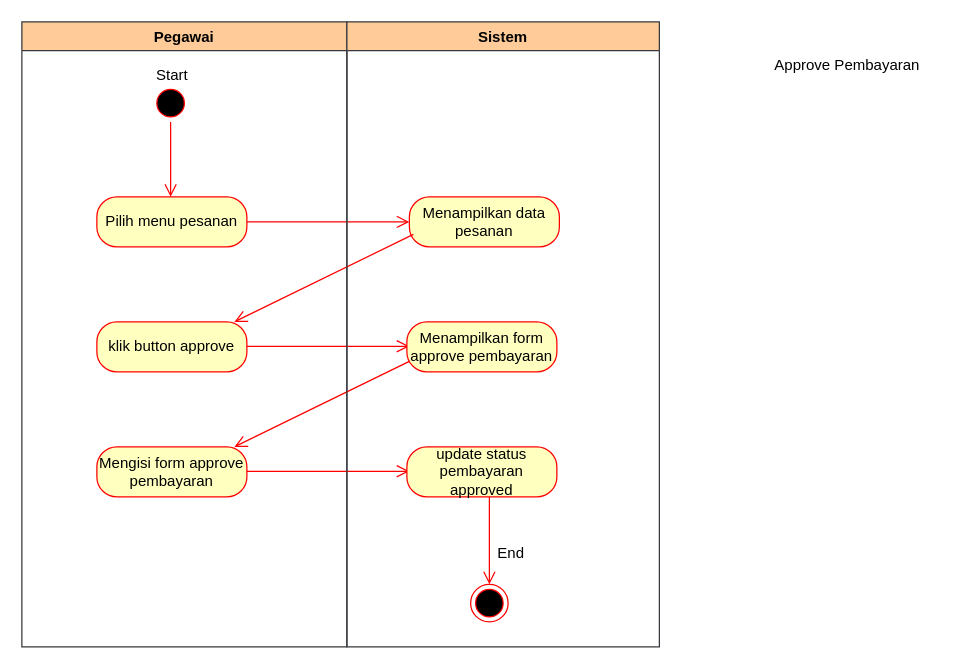
Maratussholikha11/TUGAS-AKHIR-MAR2 keeps this draw.io diagram as page "AD Konfirmasi pembayaran" (11 of 35) of Revisi 2/diagram/diagram.drawio. Above is the earlier version. Source tidied: cells renumbered, new cells numbered last; positions are measured from the earlier drawing's top-left corner, leaving out a move shared by most shapes. Both pictures are drawn from the tidied source at 125%, with x=0, y=0 at pixel (21, 21).
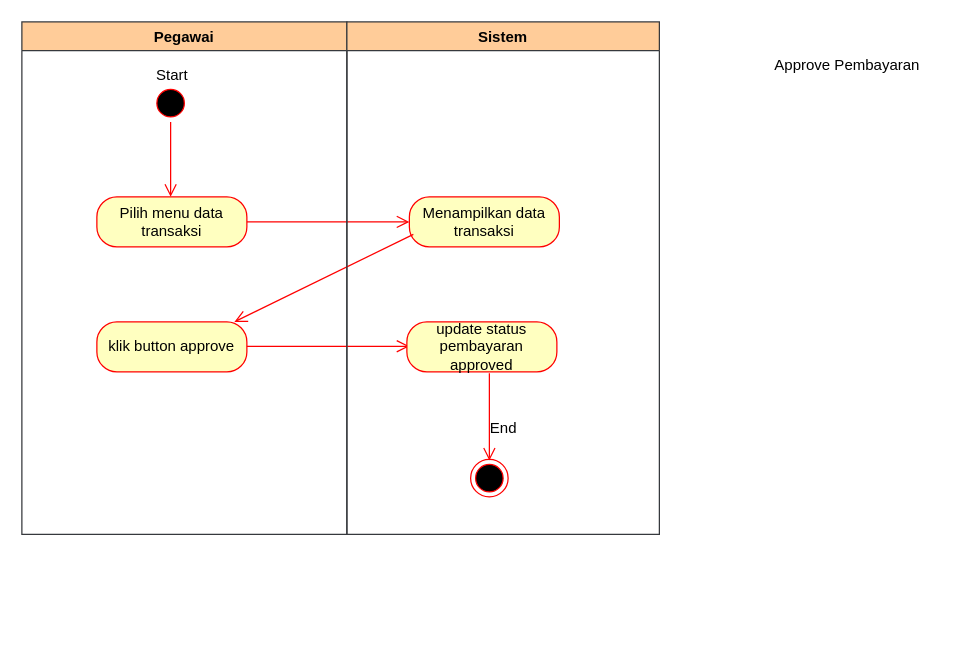
After the change.

What changed in the source:
```diff
@@
-    <mxCell id="4" value="Menampilkan data pesanan" style="rounded=1;whiteSpace=wrap;html=1;arcSize=40;fontColor=#000000;fillColor=#ffffc0;strokeColor=#ff0000;" parent="1" vertex="1">
+    <mxCell id="4" value="Menampilkan data transaksi" style="rounded=1;whiteSpace=wrap;html=1;arcSize=40;fontColor=#000000;fillColor=#ffffc0;strokeColor=#ff0000;" parent="1" vertex="1">
       <mxGeometry x="310" y="140" width="120" height="40" as="geometry" />
     </mxCell>
@@
     <mxCell id="6" value="Pegawai" style="swimlane;fillColor=#ffcc99;strokeColor=#36393d;" parent="1" vertex="1">
-      <mxGeometry width="260" height="500" as="geometry" />
+      <mxGeometry width="260" height="410" as="geometry" />
     </mxCell>
-    <mxCell id="7" value="Pilih menu pesanan" style="rounded=1;whiteSpace=wrap;html=1;arcSize=40;fontColor=#000000;fillColor=#ffffc0;strokeColor=#ff0000;" parent="6" vertex="1">
+    <mxCell id="7" value="Pilih menu data transaksi" style="rounded=1;whiteSpace=wrap;html=1;arcSize=40;fontColor=#000000;fillColor=#ffffc0;strokeColor=#ff0000;" parent="6" vertex="1">
       <mxGeometry x="60" y="140" width="120" height="40" as="geometry" />
     </mxCell>
@@
-    <mxCell id="12" value="Mengisi form approve pembayaran" style="rounded=1;whiteSpace=wrap;html=1;arcSize=40;fontColor=#000000;fillColor=#ffffc0;strokeColor=#ff0000;" parent="6" vertex="1">
-      <mxGeometry x="60" y="340" width="120" height="40" as="geometry" />
-    </mxCell>
-    <mxCell id="13" style="html=1;verticalAlign=bottom;endArrow=open;endSize=8;strokeColor=#ff0000;rounded=0;exitX=0.071;exitY=0.95;exitDx=0;exitDy=0;exitPerimeter=0;" parent="6" edge="1">
-      <mxGeometry relative="1" as="geometry">
-        <mxPoint x="313.2" y="270" as="sourcePoint" />
-        <mxPoint x="170" y="340" as="targetPoint" />
-      </mxGeometry>
-    </mxCell>
-    <mxCell id="14" style="edgeStyle=orthogonalEdgeStyle;html=1;verticalAlign=bottom;endArrow=open;endSize=8;strokeColor=#ff0000;rounded=0;exitX=1;exitY=0.5;exitDx=0;exitDy=0;entryX=0;entryY=0.5;entryDx=0;entryDy=0;" parent="6" edge="1">
-      <mxGeometry relative="1" as="geometry">
-        <mxPoint x="180" y="359.5" as="sourcePoint" />
-        <mxPoint x="310" y="359.5" as="targetPoint" />
-      </mxGeometry>
-    </mxCell>
     <mxCell id="15" value="Sistem" style="swimlane;fillColor=#ffcc99;strokeColor=#36393d;" parent="1" vertex="1">
-      <mxGeometry x="260" width="250" height="500" as="geometry" />
+      <mxGeometry x="260" width="250" height="410" as="geometry" />
     </mxCell>
-    <mxCell id="16" value="Menampilkan form approve pembayaran" style="rounded=1;whiteSpace=wrap;html=1;arcSize=40;fontColor=#000000;fillColor=#ffffc0;strokeColor=#ff0000;" parent="15" vertex="1">
+    <mxCell id="16" value="update status pembayaran approved" style="rounded=1;whiteSpace=wrap;html=1;arcSize=40;fontColor=#000000;fillColor=#ffffc0;strokeColor=#ff0000;" parent="15" vertex="1">
       <mxGeometry x="48" y="240" width="120" height="40" as="geometry" />
     </mxCell>
-    <mxCell id="17" value="update status pembayaran approved" style="rounded=1;whiteSpace=wrap;html=1;arcSize=40;fontColor=#000000;fillColor=#ffffc0;strokeColor=#ff0000;" parent="15" vertex="1">
-      <mxGeometry x="48" y="340" width="120" height="40" as="geometry" />
-    </mxCell>
     <mxCell id="18" style="edgeStyle=orthogonalEdgeStyle;html=1;align=left;verticalAlign=bottom;endArrow=open;endSize=8;strokeColor=#ff0000;rounded=0;exitX=0.5;exitY=1;exitDx=0;exitDy=0;" parent="15" edge="1">
       <mxGeometry x="1" y="82" relative="1" as="geometry">
-        <mxPoint x="114" y="380" as="sourcePoint" />
-        <mxPoint x="114" y="450" as="targetPoint" />
+        <mxPoint x="114" y="281" as="sourcePoint" />
+        <mxPoint x="114" y="351" as="targetPoint" />
         <Array as="points">
-          <mxPoint x="114" y="450" />
+          <mxPoint x="114" y="351" />
         </Array>
         <mxPoint x="-2" y="20" as="offset" />
       </mxGeometry>
     </mxCell>
     <mxCell id="19" style="ellipse;html=1;shape=endState;fillColor=#000000;strokeColor=#ff0000;" parent="15" vertex="1">
-      <mxGeometry x="99" y="450" width="30" height="30" as="geometry" />
+      <mxGeometry x="99" y="350" width="30" height="30" as="geometry" />
     </mxCell>
     <mxCell id="20" value="End" style="text;html=1;align=center;verticalAlign=middle;strokeColor=none;fillColor=none;" parent="15" vertex="1">
-      <mxGeometry x="111" y="410" width="40" height="30" as="geometry" />
+      <mxGeometry x="105" y="310" width="40" height="30" as="geometry" />
     </mxCell>
```
